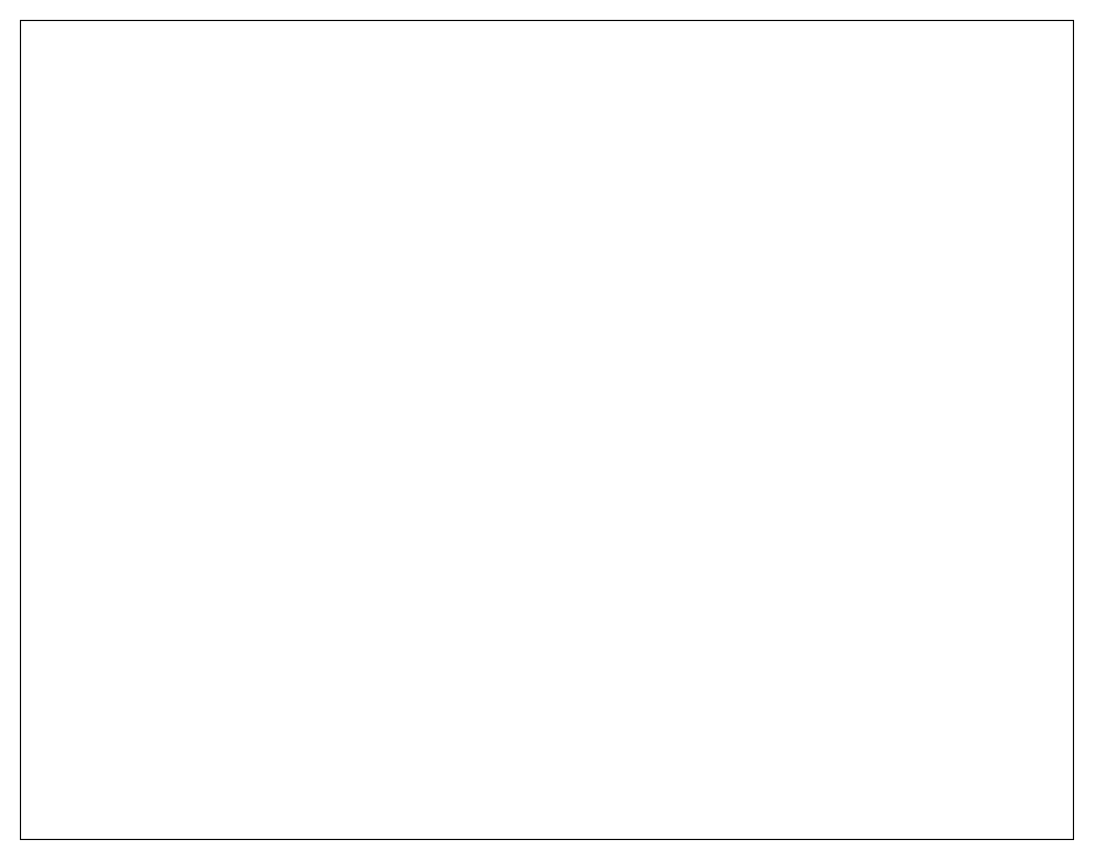
pengzhen80/PigeonRace keeps this draw.io diagram as page "訓練模型選擇" (1 of 5) of 訓練系統UI設計.drawio. Above is the earlier version. Source tidied: cells renumbered, new cells numbered last; positions are measured from the earlier drawing's top-left corner, leaving out a move shared by most shapes. Both pictures are drawn from the tidied source at 117%, with x=0, y=0 at pixel (20, 20).
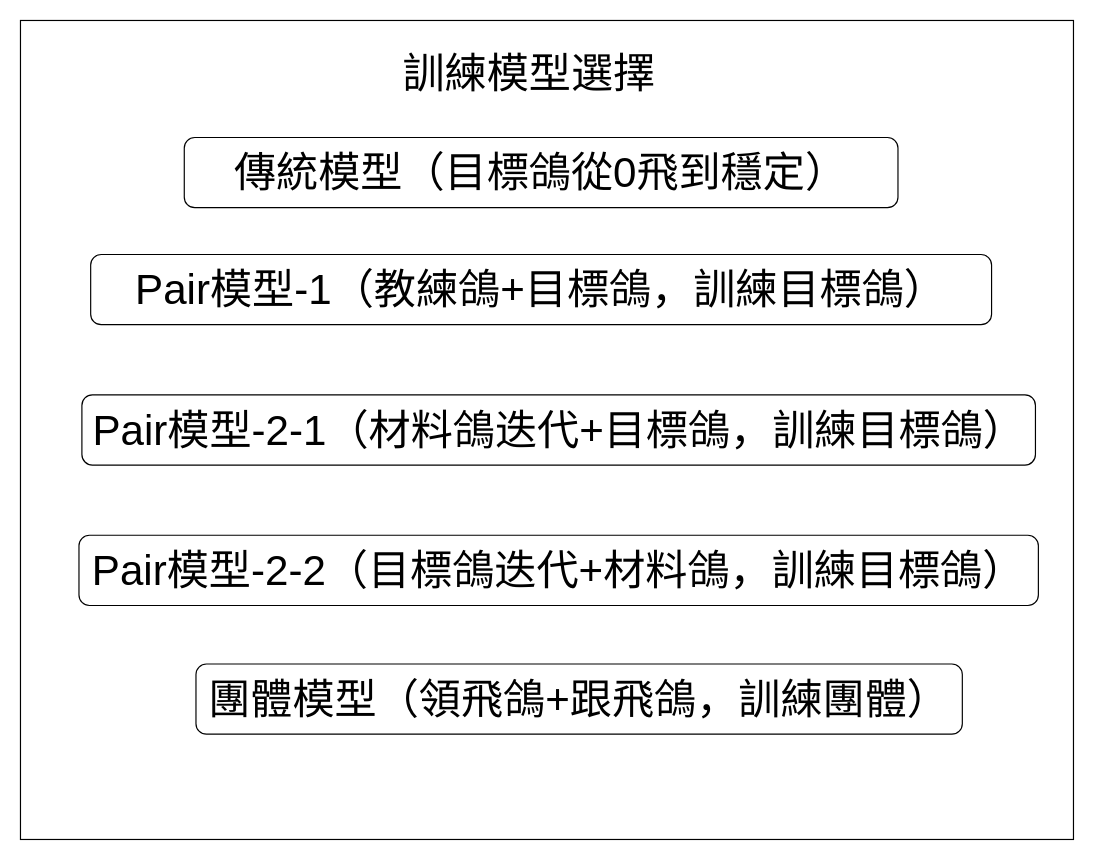
After the change.

Commit message:
更新訓練系統UI設計.drawio

Change to the diagram source:
```diff
@@
 <mxGraphModel>
   <root>
     <mxCell id="0" />
     <mxCell id="1" parent="0" />
     <mxCell id="2" style="rounded=0;whiteSpace=wrap;html=1;" parent="1" vertex="1">
       <mxGeometry width="900" height="700" as="geometry" />
     </mxCell>
+    <mxCell id="3" value="訓練模型選擇" style="text;html=1;strokeColor=none;fillColor=none;align=center;verticalAlign=middle;whiteSpace=wrap;rounded=0;fontSize=36;" parent="1" vertex="1">
+      <mxGeometry x="310" y="20" width="250" height="50" as="geometry" />
+    </mxCell>
+    <mxCell id="4" value="傳統模型（目標鴿從0飛到穩定）" style="rounded=1;whiteSpace=wrap;html=1;fontSize=36;" parent="1" vertex="1">
+      <mxGeometry x="140" y="100" width="610" height="60" as="geometry" />
+    </mxCell>
+    <mxCell id="5" value="Pair模型-2-1（材料鴿迭代+目標鴿，訓練目標鴿）" style="rounded=1;whiteSpace=wrap;html=1;fontSize=36;" parent="1" vertex="1">
+      <mxGeometry x="52.5" y="320" width="815" height="60" as="geometry" />
+    </mxCell>
+    <mxCell id="6" value="Pair模型-2-2（目標鴿迭代+材料鴿，訓練目標鴿）" style="rounded=1;whiteSpace=wrap;html=1;fontSize=36;" parent="1" vertex="1">
+      <mxGeometry x="50" y="440" width="820" height="60" as="geometry" />
+    </mxCell>
+    <mxCell id="7" value="團體模型（領飛鴿+跟飛鴿，訓練團體）" style="rounded=1;whiteSpace=wrap;html=1;fontSize=36;" parent="1" vertex="1">
+      <mxGeometry x="150" y="550" width="655" height="60" as="geometry" />
+    </mxCell>
+    <mxCell id="8" value="Pair模型-1（教練鴿+目標鴿，訓練目標鴿）" style="rounded=1;whiteSpace=wrap;html=1;fontSize=36;" parent="1" vertex="1">
+      <mxGeometry x="60" y="200" width="770" height="60" as="geometry" />
+    </mxCell>
   </root>
 </mxGraphModel>
```
